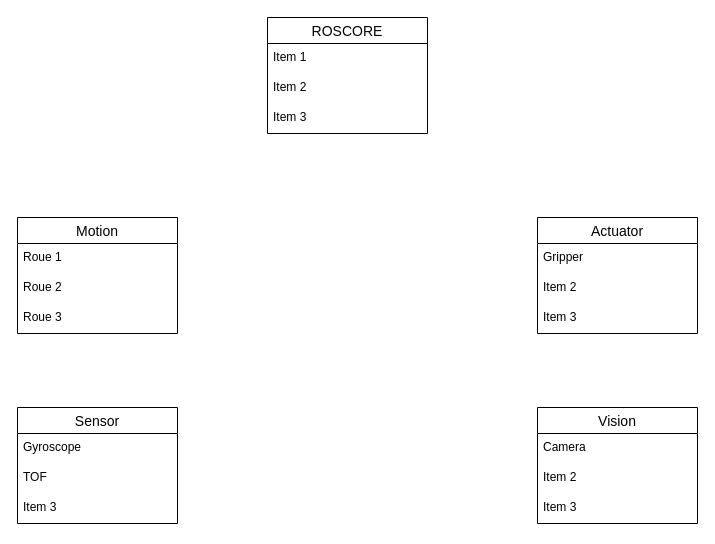
Betamax58/coupe-de-france keeps this draw.io diagram as hardware/hardware_cdf_2025.drawio. Above is the earlier version. Source tidied: cells renumbered, new cells numbered last; positions are measured from the earlier drawing's top-left corner, leaving out a move shared by most shapes. Both pictures are drawn from the tidied source at 100%, with x=0, y=0 at pixel (17, 17).
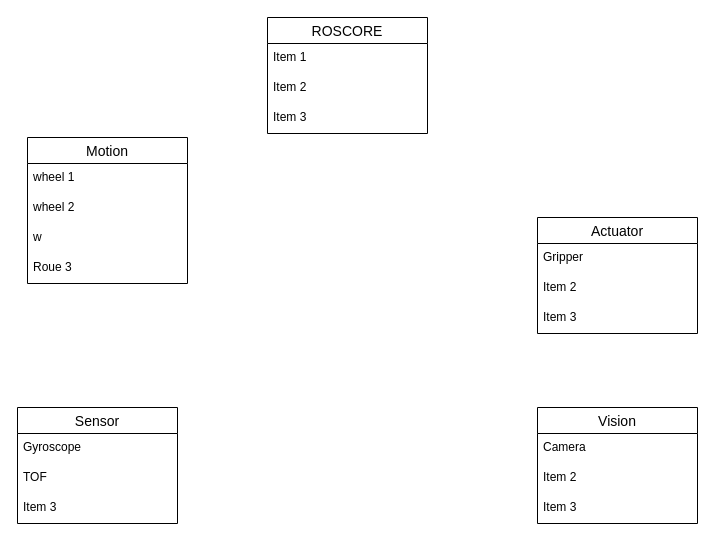
The same diagram, later.

Commit message (it also covers changes not shown here):
Mettre à jour hardware_cdf_2025.drawio

The edit, as a diff of the source:
```diff
@@
     <mxCell id="14" value="Motion" style="swimlane;fontStyle=0;horizontal=1;startSize=26;align=center;fontSize=14;" parent="1" vertex="1">
-      <mxGeometry y="200" width="160" height="116" as="geometry" />
+      <mxGeometry x="10" y="120" width="160" height="146" as="geometry" />
     </mxCell>
-    <mxCell id="15" value="Roue 1" style="text;strokeColor=none;fillColor=none;spacingLeft=4;spacingRight=4;overflow=hidden;fontSize=12;whiteSpace=wrap;html=1;" parent="14" vertex="1">
+    <mxCell id="15" value="wheel 1" style="text;strokeColor=none;fillColor=none;spacingLeft=4;spacingRight=4;overflow=hidden;fontSize=12;whiteSpace=wrap;html=1;" parent="14" vertex="1">
       <mxGeometry y="26" width="160" height="30" as="geometry" />
     </mxCell>
-    <mxCell id="16" value="Roue 2" style="text;strokeColor=none;fillColor=none;spacingLeft=4;spacingRight=4;overflow=hidden;fontSize=12;whiteSpace=wrap;html=1;" parent="14" vertex="1">
+    <mxCell id="16" value="wheel 2" style="text;strokeColor=none;fillColor=none;spacingLeft=4;spacingRight=4;overflow=hidden;fontSize=12;whiteSpace=wrap;html=1;" parent="14" vertex="1">
       <mxGeometry y="56" width="160" height="30" as="geometry" />
     </mxCell>
-    <mxCell id="17" value="Roue 3" style="text;strokeColor=none;fillColor=none;spacingLeft=4;spacingRight=4;overflow=hidden;fontSize=12;whiteSpace=wrap;html=1;" parent="14" vertex="1">
+    <mxCell id="17" value="w" style="text;strokeColor=none;fillColor=none;spacingLeft=4;spacingRight=4;overflow=hidden;fontSize=12;whiteSpace=wrap;html=1;" parent="14" vertex="1">
       <mxGeometry y="86" width="160" height="30" as="geometry" />
     </mxCell>
+    <mxCell id="22" value="Roue 3" style="text;strokeColor=none;fillColor=none;spacingLeft=4;spacingRight=4;overflow=hidden;fontSize=12;whiteSpace=wrap;html=1;" parent="14" vertex="1">
+      <mxGeometry y="116" width="160" height="30" as="geometry" />
+    </mxCell>
```
